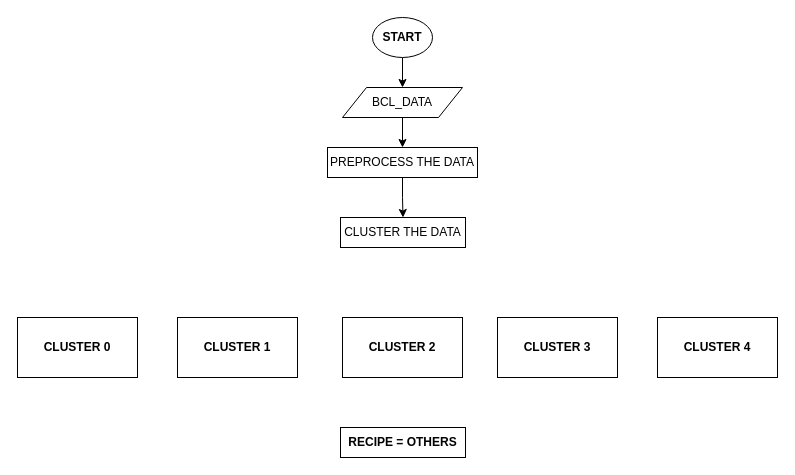
The draw.io diagram Cluster Analysis.drawio in 057a7d7f/flowcharts, before the edit. Source tidied: cells renumbered, new cells numbered last; positions are measured from the earlier drawing's top-left corner, leaving out a move shared by most shapes. Both pictures are drawn from the tidied source at 100%, with x=0, y=0 at pixel (17, 17).
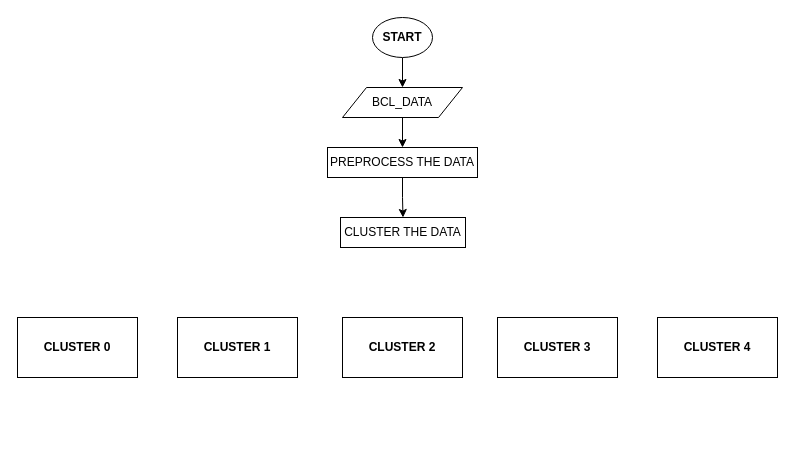
The same page after the edit.

Change to the diagram source:
```diff
@@
 <mxGraphModel>
   <root>
     <mxCell id="0" />
     <mxCell id="1" parent="0" />
     <mxCell id="2" style="edgeStyle=orthogonalEdgeStyle;rounded=0;jettySize=auto;html=1;exitX=0.5;exitY=1;exitDx=0;exitDy=0;entryX=0.5;entryY=0;entryDx=0;entryDy=0;" parent="1" edge="1" source="3" target="5">
       <mxGeometry relative="1" as="geometry" />
     </mxCell>
     <mxCell id="3" value="&lt;b&gt;START&lt;/b&gt;" style="ellipse;whiteSpace=wrap;html=1;" parent="1" vertex="1">
       <mxGeometry x="355" width="60" height="40" as="geometry" />
     </mxCell>
     <mxCell id="4" style="edgeStyle=orthogonalEdgeStyle;rounded=0;jettySize=auto;html=1;exitX=0.5;exitY=1;exitDx=0;exitDy=0;entryX=0.5;entryY=0;entryDx=0;entryDy=0;" parent="1" edge="1" source="5" target="7">
       <mxGeometry relative="1" as="geometry" />
     </mxCell>
     <mxCell id="5" value="&lt;span&gt;BCL_DATA&lt;/span&gt;" style="shape=parallelogram;perimeter=parallelogramPerimeter;whiteSpace=wrap;html=1;fontStyle=0;" parent="1" vertex="1">
       <mxGeometry x="325" y="70" width="120" height="30" as="geometry" />
     </mxCell>
     <mxCell id="6" style="edgeStyle=orthogonalEdgeStyle;rounded=0;jettySize=auto;html=1;exitX=0.5;exitY=1;exitDx=0;exitDy=0;entryX=0.5;entryY=0;entryDx=0;entryDy=0;" parent="1" edge="1" source="7" target="8">
       <mxGeometry relative="1" as="geometry" />
     </mxCell>
     <mxCell id="7" value="PREPROCESS THE DATA" style="rounded=0;whiteSpace=wrap;html=1;" parent="1" vertex="1">
       <mxGeometry x="310" y="130" width="150" height="30" as="geometry" />
     </mxCell>
     <mxCell id="8" value="CLUSTER THE DATA" style="rounded=0;whiteSpace=wrap;html=1;" parent="1" vertex="1">
       <mxGeometry x="323" y="200" width="125" height="30" as="geometry" />
     </mxCell>
     <mxCell id="9" value="CLUSTER 2" style="rounded=0;whiteSpace=wrap;html=1;fontStyle=1;" parent="1" vertex="1">
       <mxGeometry x="325" y="300" width="120" height="60" as="geometry" />
     </mxCell>
     <mxCell id="10" value="CLUSTER 1" style="rounded=0;whiteSpace=wrap;html=1;fontStyle=1;" parent="1" vertex="1">
       <mxGeometry x="160" y="300" width="120" height="60" as="geometry" />
     </mxCell>
     <mxCell id="11" value="CLUSTER 0" style="rounded=0;whiteSpace=wrap;html=1;fontStyle=1;" parent="1" vertex="1">
       <mxGeometry y="300" width="120" height="60" as="geometry" />
     </mxCell>
     <mxCell id="12" value="CLUSTER 3" style="rounded=0;whiteSpace=wrap;html=1;fontStyle=1;" parent="1" vertex="1">
       <mxGeometry x="480" y="300" width="120" height="60" as="geometry" />
     </mxCell>
     <mxCell id="13" value="CLUSTER 4" style="rounded=0;whiteSpace=wrap;html=1;fontStyle=1;" parent="1" vertex="1">
       <mxGeometry x="640" y="300" width="120" height="60" as="geometry" />
     </mxCell>
-    <mxCell id="14" value="&lt;b&gt;RECIPE = OTHERS&lt;/b&gt;" style="rounded=0;whiteSpace=wrap;html=1;" parent="1" vertex="1">
-      <mxGeometry x="323" y="410" width="125" height="30" as="geometry" />
-    </mxCell>
   </root>
 </mxGraphModel>
```
